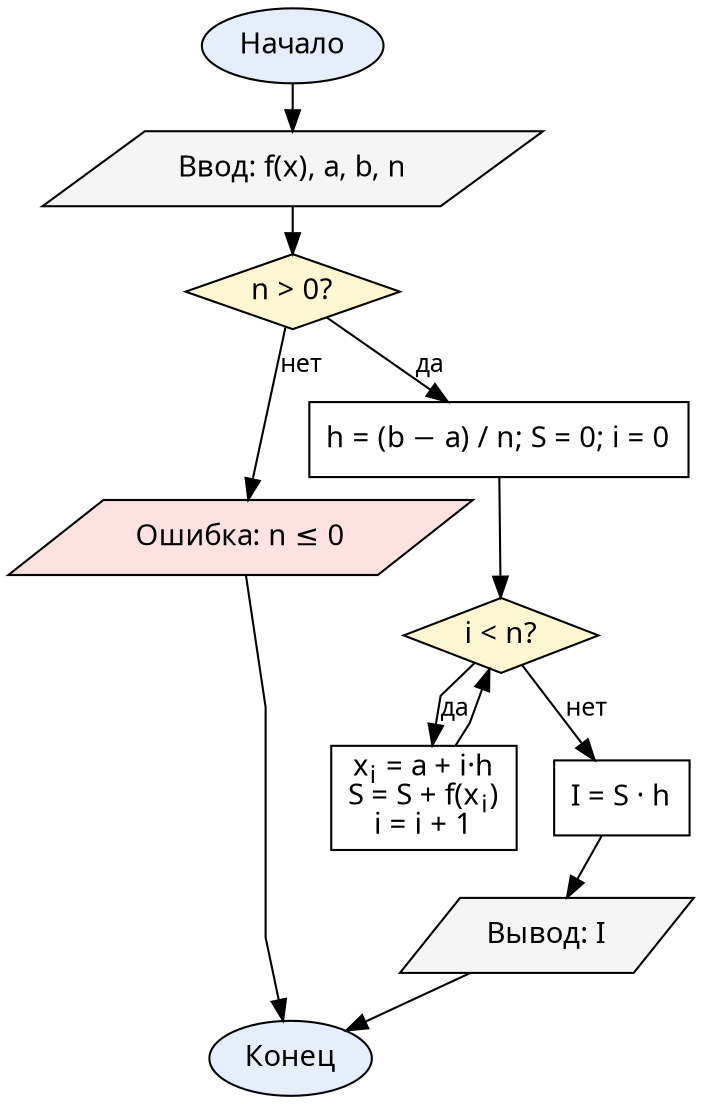
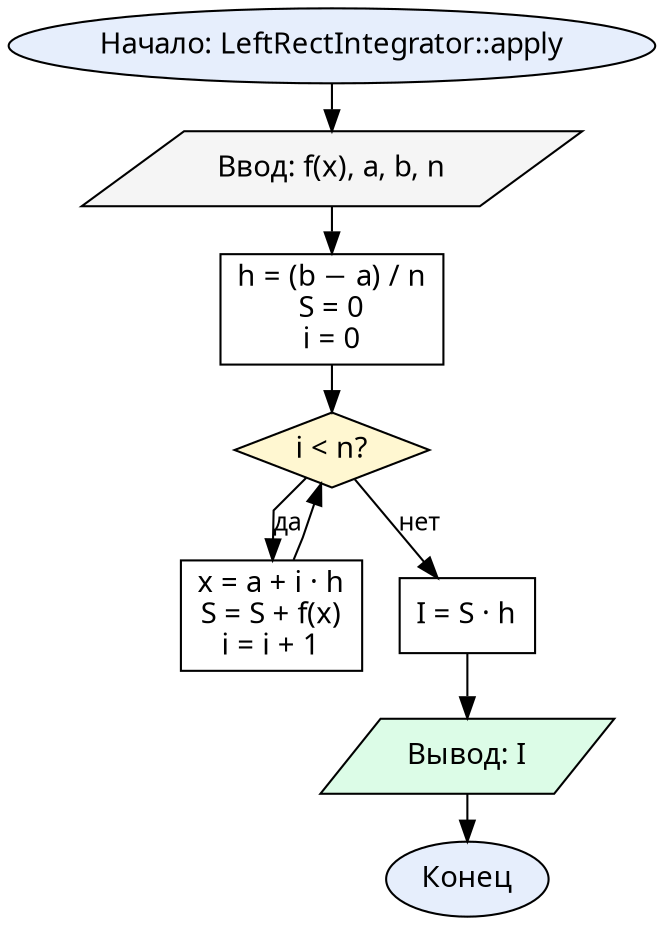
digraph LeftRect {
  graph [fontname="CMU Serif", rankdir=TB, nodesep=0.25, ranksep=0.3, splines=polyline]
  node  [fontname="CMU Serif", fontsize=14, style="filled", fillcolor="#ffffff", color="#000000"]
  edge  [fontname="CMU Serif", fontsize=12, color="#000000"]

-   start [label="Начало", shape=oval, fillcolor="#e6eefc"]
-   input [label="Ввод: f(x), a, b, n", shape=parallelogram, fillcolor="#f5f5f5"]
-   chkN  [label=<n &gt; 0?>, shape=diamond, fillcolor="#fff7d1"]
-   err   [label="Ошибка: n ≤ 0", shape=parallelogram, fillcolor="#fde2e2"]
-   init  [label=<h = (b − a) / n; S = 0; i = 0>, shape=box]
-   loop  [label=<i &lt; n?>, shape=diamond, fillcolor="#fff7d1"]
-   body  [label=<x<SUB>i</SUB> = a + i·h<BR/>S = S + f(x<SUB>i</SUB>)<BR/>i = i + 1>, shape=box]
-   mul   [label=<I = S · h>, shape=box]
-   output [label=<Вывод: I>, shape=parallelogram, fillcolor="#f5f5f5"]
+   start  [label="Начало: LeftRectIntegrator::apply", shape=oval, fillcolor="#e6eefc"]
+   input  [label="Ввод: f(x), a, b, n", shape=parallelogram, fillcolor="#f5f5f5"]
+   init   [label=<h = (b − a) / n<BR/>S = 0<BR/>i = 0>, shape=box]
+   loop   [label=<i &lt; n?>, shape=diamond, fillcolor="#fff7d1"]
+   body   [label=<x = a + i · h<BR/>S = S + f(x)<BR/>i = i + 1>, shape=box]
+   mul    [label=<I = S · h>, shape=box]
+   output [label=<Вывод: I>, shape=parallelogram, fillcolor="#dcfce7"]
  stop   [label="Конец", shape=oval, fillcolor="#e6eefc"]

-   start -> input -> chkN
-   chkN -> err [label="нет"]
-   err -> stop
-   chkN -> init [label="да"]
-   init -> loop
+   start -> input -> init -> loop
  loop -> body [label="да"]
  body -> loop
  loop -> mul [label="нет"]
  mul -> output -> stop
}
